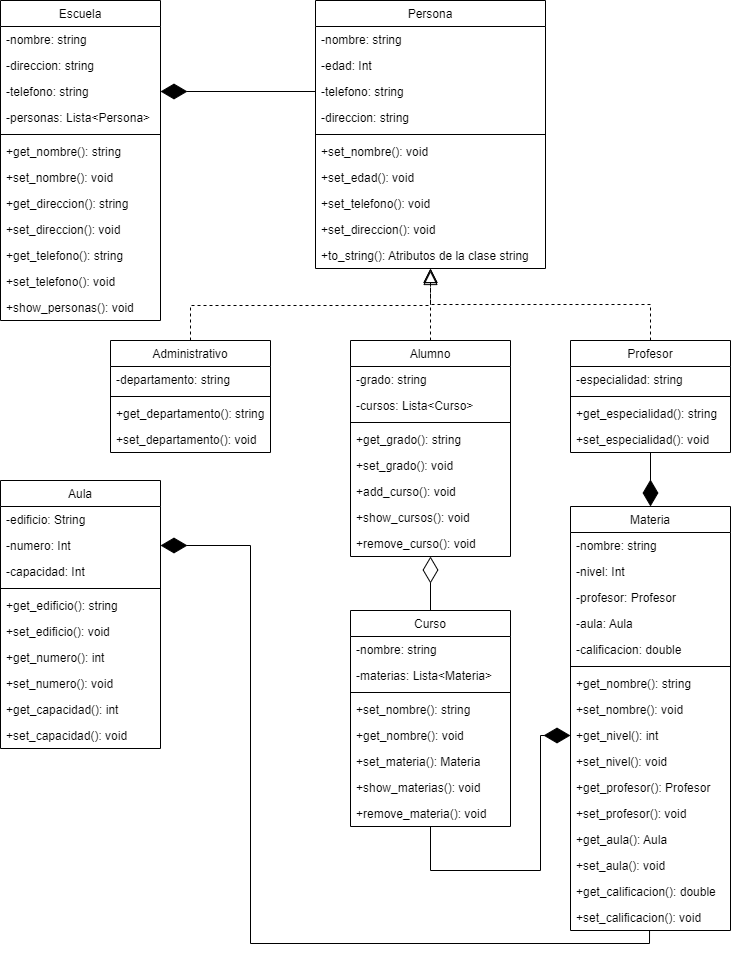
Before: UMLEscuela.drawio.png, a diagram exported from draw.io (AngelMauricioRamirez/AdministradorEscuela). Source tidied: cells renumbered, new cells last; positions are measured from the earlier drawing's top-left corner, leaving out a move shared by most shapes.
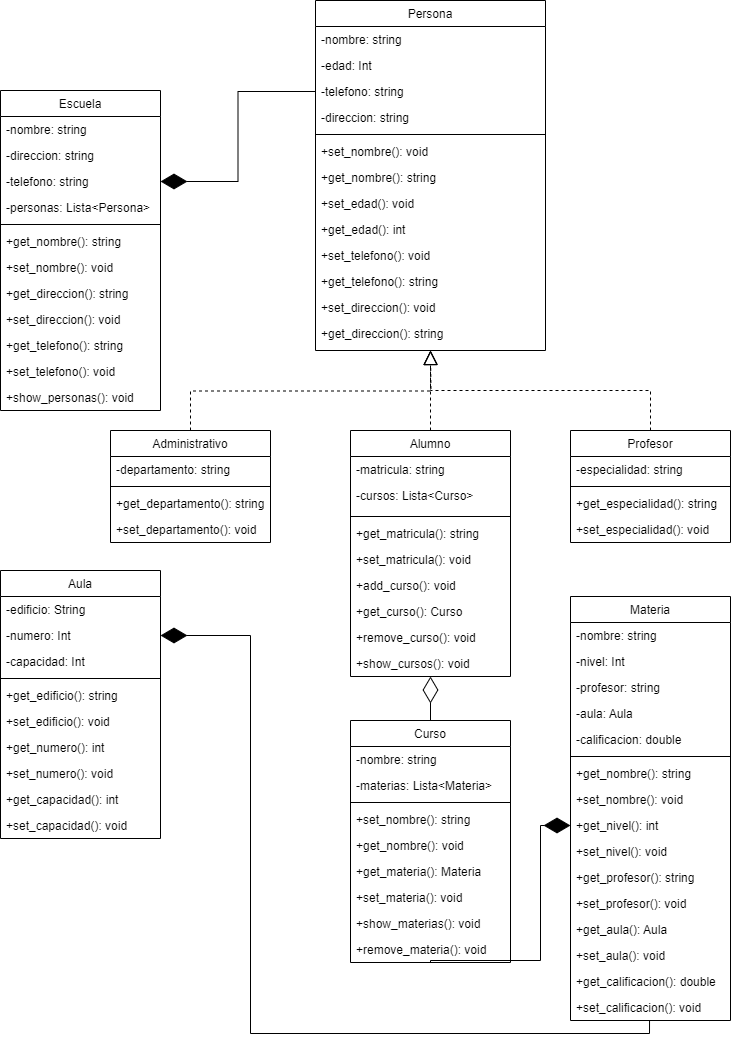
The same file after the commit.

Commit message:
Actualización del UML

Se agregó un método accesor get_curso() a la clase alumno, el cual regresa un objeto de tipo curso "Se busca por su nombre"
Ae agregó un método accesor get_materia() en la clase curso, el cual regresa un objeto de tipo materia "Se busca por su nombre"
En ves de que Profesor componga a Materia, ahora solo recibe el nombre del profesor, debido a que es ilogico que la materia desapareszca si no existe el profesor

What changed in the source:
```diff
@@ -42,7 +42,7 @@
       <mxGeometry y="294" width="160" height="26" as="geometry" />
     </mxCell>
     <mxCell id="15" value="Persona" style="swimlane;fontStyle=0;align=center;verticalAlign=top;horizontal=1;startSize=26;rounded=0;shadow=0;strokeWidth=1;" parent="1" vertex="1">
-      <mxGeometry x="315" width="230" height="268" as="geometry" />
+      <mxGeometry x="315" y="-90" width="230" height="350" as="geometry" />
     </mxCell>
     <mxCell id="16" value="-nombre: string" style="text;align=left;verticalAlign=top;spacingLeft=4;spacingRight=4;overflow=hidden;" parent="15" vertex="1">
       <mxGeometry y="26" width="230" height="26" as="geometry" />
@@ -62,45 +62,57 @@
     <mxCell id="21" value="+set_nombre(): void" style="text;align=left;verticalAlign=top;spacingLeft=4;spacingRight=4;overflow=hidden;" parent="15" vertex="1">
       <mxGeometry y="138" width="230" height="26" as="geometry" />
     </mxCell>
+    <mxCell id="90" value="+get_nombre(): string" style="text;align=left;verticalAlign=top;spacingLeft=4;spacingRight=4;overflow=hidden;" parent="15" vertex="1">
+      <mxGeometry y="164" width="230" height="26" as="geometry" />
+    </mxCell>
+    <mxCell id="91" value="+set_edad(): void" style="text;align=left;verticalAlign=top;spacingLeft=4;spacingRight=4;overflow=hidden;" parent="15" vertex="1">
+      <mxGeometry y="190" width="230" height="26" as="geometry" />
+    </mxCell>
-    <mxCell id="22" value="+set_edad(): void" style="text;align=left;verticalAlign=top;spacingLeft=4;spacingRight=4;overflow=hidden;" parent="15" vertex="1">
-      <mxGeometry y="164" width="230" height="26" as="geometry" />
+    <mxCell id="22" value="+get_edad(): int" style="text;align=left;verticalAlign=top;spacingLeft=4;spacingRight=4;overflow=hidden;" parent="15" vertex="1">
+      <mxGeometry y="216" width="230" height="26" as="geometry" />
     </mxCell>
     <mxCell id="23" value="+set_telefono(): void" style="text;align=left;verticalAlign=top;spacingLeft=4;spacingRight=4;overflow=hidden;" parent="15" vertex="1">
-      <mxGeometry y="190" width="230" height="26" as="geometry" />
+      <mxGeometry y="242" width="230" height="26" as="geometry" />
     </mxCell>
+    <mxCell id="92" value="+get_telefono(): string" style="text;align=left;verticalAlign=top;spacingLeft=4;spacingRight=4;overflow=hidden;" parent="15" vertex="1">
+      <mxGeometry y="268" width="230" height="26" as="geometry" />
+    </mxCell>
     <mxCell id="24" value="+set_direccion(): void" style="text;align=left;verticalAlign=top;spacingLeft=4;spacingRight=4;overflow=hidden;" parent="15" vertex="1">
-      <mxGeometry y="216" width="230" height="26" as="geometry" />
+      <mxGeometry y="294" width="230" height="26" as="geometry" />
     </mxCell>
-    <mxCell id="25" value="+to_string(): Atributos de la clase string" style="text;align=left;verticalAlign=top;spacingLeft=4;spacingRight=4;overflow=hidden;" parent="15" vertex="1">
-      <mxGeometry y="242" width="230" height="26" as="geometry" />
-    </mxCell>
+    <mxCell id="93" value="+get_direccion(): string" style="text;align=left;verticalAlign=top;spacingLeft=4;spacingRight=4;overflow=hidden;" parent="15" vertex="1">
+      <mxGeometry y="320" width="230" height="26" as="geometry" />
+    </mxCell>
     <mxCell id="26" value="Alumno" style="swimlane;fontStyle=0;align=center;verticalAlign=top;horizontal=1;startSize=26;rounded=0;shadow=0;strokeWidth=1;" parent="1" vertex="1">
-      <mxGeometry x="350" y="340" width="160" height="216" as="geometry" />
+      <mxGeometry x="350" y="340" width="160" height="246" as="geometry" />
     </mxCell>
-    <mxCell id="27" value="-grado: string" style="text;align=left;verticalAlign=top;spacingLeft=4;spacingRight=4;overflow=hidden;" parent="26" vertex="1">
+    <mxCell id="27" value="-matricula: string" style="text;align=left;verticalAlign=top;spacingLeft=4;spacingRight=4;overflow=hidden;" parent="26" vertex="1">
       <mxGeometry y="26" width="160" height="26" as="geometry" />
     </mxCell>
     <mxCell id="28" value="-cursos: Lista&lt;Curso&gt;" style="text;align=left;verticalAlign=top;spacingLeft=4;spacingRight=4;overflow=hidden;" parent="26" vertex="1">
-      <mxGeometry y="52" width="160" height="26" as="geometry" />
+      <mxGeometry y="52" width="160" height="30" as="geometry" />
     </mxCell>
     <mxCell id="29" style="line;html=1;strokeWidth=1;align=left;verticalAlign=middle;spacingTop=-1;spacingLeft=3;spacingRight=3;labelPosition=right;" parent="26" vertex="1">
-      <mxGeometry y="78" width="160" height="8" as="geometry" />
+      <mxGeometry y="82" width="160" height="8" as="geometry" />
     </mxCell>
-    <mxCell id="30" value="+get_grado(): string" style="text;align=left;verticalAlign=top;spacingLeft=4;spacingRight=4;overflow=hidden;" parent="26" vertex="1">
-      <mxGeometry y="86" width="160" height="26" as="geometry" />
+    <mxCell id="30" value="+get_matricula(): string" style="text;align=left;verticalAlign=top;spacingLeft=4;spacingRight=4;overflow=hidden;" parent="26" vertex="1">
+      <mxGeometry y="90" width="160" height="26" as="geometry" />
     </mxCell>
-    <mxCell id="31" value="+set_grado(): void" style="text;align=left;verticalAlign=top;spacingLeft=4;spacingRight=4;overflow=hidden;" parent="26" vertex="1">
-      <mxGeometry y="112" width="160" height="26" as="geometry" />
+    <mxCell id="31" value="+set_matricula(): void" style="text;align=left;verticalAlign=top;spacingLeft=4;spacingRight=4;overflow=hidden;" parent="26" vertex="1">
+      <mxGeometry y="116" width="160" height="26" as="geometry" />
     </mxCell>
     <mxCell id="32" value="+add_curso(): void" style="text;align=left;verticalAlign=top;spacingLeft=4;spacingRight=4;overflow=hidden;" parent="26" vertex="1">
-      <mxGeometry y="138" width="160" height="26" as="geometry" />
+      <mxGeometry y="142" width="160" height="26" as="geometry" />
     </mxCell>
+    <mxCell id="94" value="+get_curso(): Curso" style="text;align=left;verticalAlign=top;spacingLeft=4;spacingRight=4;overflow=hidden;" parent="26" vertex="1">
+      <mxGeometry y="168" width="160" height="26" as="geometry" />
+    </mxCell>
+    <mxCell id="34" value="+remove_curso(): void" style="text;align=left;verticalAlign=top;spacingLeft=4;spacingRight=4;overflow=hidden;" parent="26" vertex="1">
+      <mxGeometry y="194" width="160" height="26" as="geometry" />
+    </mxCell>
     <mxCell id="33" value="+show_cursos(): void" style="text;align=left;verticalAlign=top;spacingLeft=4;spacingRight=4;overflow=hidden;" parent="26" vertex="1">
-      <mxGeometry y="164" width="160" height="26" as="geometry" />
+      <mxGeometry y="220" width="160" height="26" as="geometry" />
     </mxCell>
-    <mxCell id="34" value="+remove_curso(): void" style="text;align=left;verticalAlign=top;spacingLeft=4;spacingRight=4;overflow=hidden;" parent="26" vertex="1">
-      <mxGeometry y="190" width="160" height="26" as="geometry" />
-    </mxCell>
     <mxCell id="35" value="Profesor" style="swimlane;fontStyle=0;align=center;verticalAlign=top;horizontal=1;startSize=26;rounded=0;shadow=0;strokeWidth=1;" parent="1" vertex="1">
       <mxGeometry x="570" y="340" width="160" height="112" as="geometry" />
     </mxCell>
@@ -125,7 +137,7 @@
     <mxCell id="42" value="-nivel: Int" style="text;align=left;verticalAlign=top;spacingLeft=4;spacingRight=4;overflow=hidden;" parent="40" vertex="1">
       <mxGeometry y="52" width="160" height="26" as="geometry" />
     </mxCell>
-    <mxCell id="43" value="-profesor: Profesor" style="text;align=left;verticalAlign=top;spacingLeft=4;spacingRight=4;overflow=hidden;" parent="40" vertex="1">
+    <mxCell id="43" value="-profesor: string" style="text;align=left;verticalAlign=top;spacingLeft=4;spacingRight=4;overflow=hidden;" parent="40" vertex="1">
       <mxGeometry y="78" width="160" height="26" as="geometry" />
     </mxCell>
     <mxCell id="44" value="-aula: Aula" style="text;align=left;verticalAlign=top;spacingLeft=4;spacingRight=4;overflow=hidden;" parent="40" vertex="1">
@@ -149,7 +161,7 @@
     <mxCell id="50" value="+set_nivel(): void" style="text;align=left;verticalAlign=top;spacingLeft=4;spacingRight=4;overflow=hidden;" parent="40" vertex="1">
       <mxGeometry y="242" width="160" height="26" as="geometry" />
     </mxCell>
-    <mxCell id="51" value="+get_profesor(): Profesor" style="text;align=left;verticalAlign=top;spacingLeft=4;spacingRight=4;overflow=hidden;" parent="40" vertex="1">
+    <mxCell id="51" value="+get_profesor(): string" style="text;align=left;verticalAlign=top;spacingLeft=4;spacingRight=4;overflow=hidden;" parent="40" vertex="1">
       <mxGeometry y="268" width="160" height="26" as="geometry" />
     </mxCell>
     <mxCell id="52" value="+set_profesor(): void" style="text;align=left;verticalAlign=top;spacingLeft=4;spacingRight=4;overflow=hidden;" parent="40" vertex="1">
@@ -190,14 +202,14 @@
     </mxCell>
     <mxCell id="64" style="endArrow=block;dashed=1;endFill=0;endSize=12;html=1;rounded=0;strokeColor=#000000;fillColor=#FFFFFF;exitX=0.5;exitY=0;exitDx=0;exitDy=0;edgeStyle=orthogonalEdgeStyle;" parent="1" edge="1" source="59">
       <mxGeometry relative="1" as="geometry">
-        <mxPoint x="430" y="270" as="targetPoint" />
+        <mxPoint x="430" y="260" as="targetPoint" />
       </mxGeometry>
     </mxCell>
-    <mxCell id="65" style="endArrow=diamondThin;endFill=1;endSize=24;html=1;rounded=0;strokeColor=#000000;fillColor=#FFFFFF;entryX=1;entryY=0.5;entryDx=0;entryDy=0;exitX=0;exitY=0.5;exitDx=0;exitDy=0;" parent="1" edge="1" source="18" target="5">
+    <mxCell id="65" style="endArrow=diamondThin;endFill=1;endSize=24;html=1;rounded=0;strokeColor=#000000;fillColor=#FFFFFF;entryX=1;entryY=0.5;entryDx=0;entryDy=0;exitX=0;exitY=0.5;exitDx=0;exitDy=0;edgeStyle=orthogonalEdgeStyle;" parent="1" edge="1" source="18" target="5">
       <mxGeometry relative="1" as="geometry" />
     </mxCell>
     <mxCell id="66" value="Curso" style="swimlane;fontStyle=0;align=center;verticalAlign=top;horizontal=1;startSize=26;rounded=0;shadow=0;strokeWidth=1;" parent="1" vertex="1">
-      <mxGeometry x="350" y="610" width="160" height="216" as="geometry" />
+      <mxGeometry x="350" y="630" width="160" height="242" as="geometry" />
     </mxCell>
     <mxCell id="67" value="-nombre: string" style="text;align=left;verticalAlign=top;spacingLeft=4;spacingRight=4;overflow=hidden;" parent="66" vertex="1">
       <mxGeometry y="26" width="160" height="26" as="geometry" />
@@ -214,14 +226,17 @@
     <mxCell id="71" value="+get_nombre(): void" style="text;align=left;verticalAlign=top;spacingLeft=4;spacingRight=4;overflow=hidden;" parent="66" vertex="1">
       <mxGeometry y="112" width="160" height="26" as="geometry" />
     </mxCell>
+    <mxCell id="95" value="+get_materia(): Materia" style="text;align=left;verticalAlign=top;spacingLeft=4;spacingRight=4;overflow=hidden;" parent="66" vertex="1">
+      <mxGeometry y="138" width="160" height="26" as="geometry" />
+    </mxCell>
-    <mxCell id="72" value="+set_materia(): Materia" style="text;align=left;verticalAlign=top;spacingLeft=4;spacingRight=4;overflow=hidden;" parent="66" vertex="1">
-      <mxGeometry y="138" width="160" height="26" as="geometry" />
+    <mxCell id="72" value="+set_materia(): void" style="text;align=left;verticalAlign=top;spacingLeft=4;spacingRight=4;overflow=hidden;" parent="66" vertex="1">
+      <mxGeometry y="164" width="160" height="26" as="geometry" />
     </mxCell>
     <mxCell id="73" value="+show_materias(): void" style="text;align=left;verticalAlign=top;spacingLeft=4;spacingRight=4;overflow=hidden;" parent="66" vertex="1">
-      <mxGeometry y="164" width="160" height="26" as="geometry" />
+      <mxGeometry y="190" width="160" height="26" as="geometry" />
     </mxCell>
     <mxCell id="74" value="+remove_materia(): void" style="text;align=left;verticalAlign=top;spacingLeft=4;spacingRight=4;overflow=hidden;" parent="66" vertex="1">
-      <mxGeometry y="190" width="160" height="26" as="geometry" />
+      <mxGeometry y="216" width="160" height="26" as="geometry" />
     </mxCell>
     <mxCell id="75" style="endArrow=diamondThin;endFill=1;endSize=24;html=1;rounded=0;strokeColor=#000000;fillColor=#FFFFFF;exitX=0.5;exitY=1;exitDx=0;exitDy=0;edgeStyle=orthogonalEdgeStyle;entryX=0;entryY=0.5;entryDx=0;entryDy=0;" parent="1" edge="1" source="66" target="49">
       <mxGeometry relative="1" as="geometry">
@@ -277,8 +292,5 @@
         </Array>
       </mxGeometry>
     </mxCell>
-    <mxCell id="89" style="endArrow=diamondThin;endFill=1;endSize=24;html=1;rounded=0;strokeColor=#000000;fillColor=#FFFFFF;entryX=0.5;entryY=0;entryDx=0;entryDy=0;" parent="1" edge="1" source="39" target="40">
-      <mxGeometry relative="1" as="geometry" />
-    </mxCell>
   </root>
 </mxGraphModel>
```
